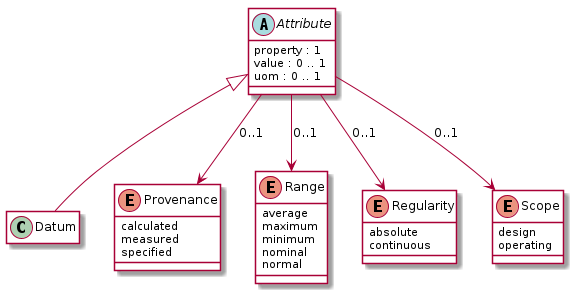
Earlier version of the PlantUML export out/img/imf-structural-spec-datum.png (imf-lab/imf-ontology-semweb).
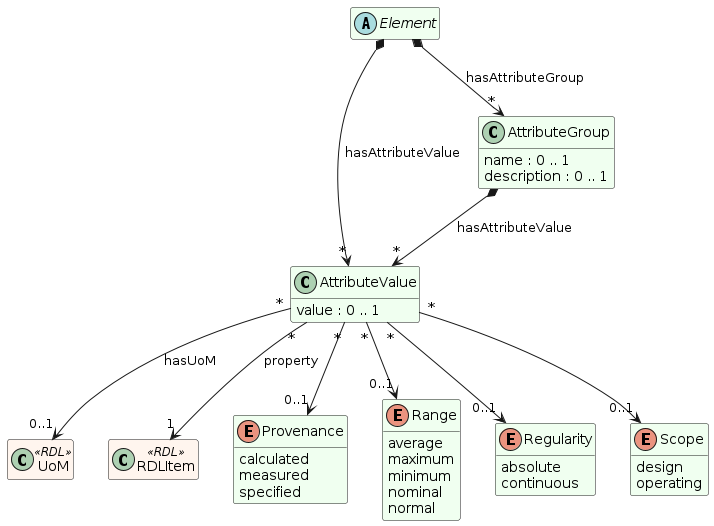
Later version of the same file.

The edit, as a diff of the source:
```diff
@@ -2,21 +2,39 @@
 hide empty members
 
 skinparam class {
- BackgroundColor White
+ BackgroundColor HoneyDew
+ BackgroundColor<< RDL >> SeaShell
+ BackgroundColor<< Type >> LightCyan
 }
 
-abstract class Attribute {
- property : 1
- value : 0 .. 1
- uom : 0 .. 1
+
+
+abstract class Element
+
+Element *--> "*" AttributeValue : hasAttributeValue
+Element *--> "*" AttributeGroup : hasAttributeGroup
+
+AttributeGroup *--> "*" AttributeValue : hasAttributeValue
+
+class AttributeGroup {
+ name : 0 .. 1
+ description : 0 .. 1
 }
 
-Attribute <|-- Datum
+class AttributeValue {
+ value : 0 .. 1
+}
 
-Attribute --> Provenance : 0..1
-Attribute --> Range : 0..1
-Attribute --> Regularity : 0..1
-Attribute --> Scope : 0..1
+class UoM << RDL >>
+class RDLItem <<RDL >>
+
+AttributeValue "*" --> "0..1" UoM : hasUoM
+AttributeValue "*" --> "1" RDLItem : property
+
+AttributeValue "*" --> "0..1" Provenance
+AttributeValue "*" --> "0..1" Range
+AttributeValue "*" --> "0..1" Regularity
+AttributeValue "*" --> "0..1" Scope
 
 
 enum Provenance {
```
